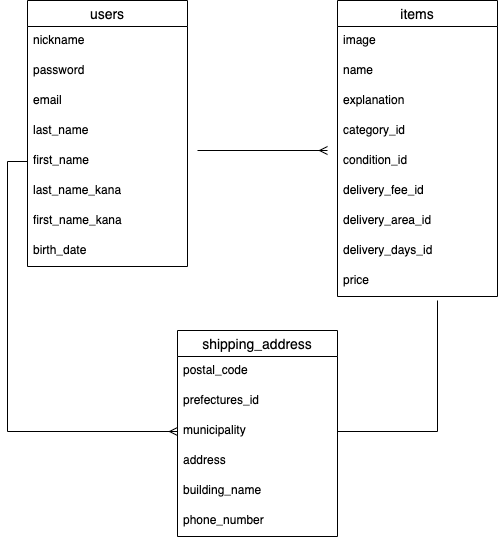
Before: furima.drawio.png, a diagram exported from draw.io (dk-frkw/furima-32100). Source tidied: cells renumbered, new cells last; positions are measured from the earlier drawing's top-left corner, leaving out a move shared by most shapes. The source it was exported from:
```xml
<mxGraphModel>
  <root>
    <mxCell id="0" />
    <mxCell id="1" parent="0" />
    <mxCell id="2" value="users" style="swimlane;fontStyle=0;horizontal=1;startSize=26;align=center;fontSize=14;rounded=0;sketch=0;" parent="1" vertex="1">
      <mxGeometry width="160" height="266" as="geometry" />
    </mxCell>
    <mxCell id="3" value="nickname " style="text;strokeColor=none;fillColor=none;spacingLeft=4;spacingRight=4;overflow=hidden;fontSize=12;" parent="2" vertex="1">
      <mxGeometry y="26" width="160" height="30" as="geometry" />
    </mxCell>
    <mxCell id="4" value="password" style="text;strokeColor=none;fillColor=none;spacingLeft=4;spacingRight=4;overflow=hidden;fontSize=12;" parent="2" vertex="1">
      <mxGeometry y="56" width="160" height="30" as="geometry" />
    </mxCell>
    <mxCell id="5" value="email" style="text;strokeColor=none;fillColor=none;spacingLeft=4;spacingRight=4;overflow=hidden;fontSize=12;" parent="2" vertex="1">
      <mxGeometry y="86" width="160" height="30" as="geometry" />
    </mxCell>
    <mxCell id="6" value="last_name" style="text;strokeColor=none;fillColor=none;spacingLeft=4;spacingRight=4;overflow=hidden;fontSize=12;" parent="2" vertex="1">
      <mxGeometry y="116" width="160" height="30" as="geometry" />
    </mxCell>
    <mxCell id="7" value="first_name" style="text;strokeColor=none;fillColor=none;spacingLeft=4;spacingRight=4;overflow=hidden;points=[[0,0.5],[1,0.5]];portConstraint=eastwest;fontSize=12;" parent="2" vertex="1">
      <mxGeometry y="146" width="160" height="30" as="geometry" />
    </mxCell>
    <mxCell id="8" value="last_name_kana" style="text;strokeColor=none;fillColor=none;spacingLeft=4;spacingRight=4;overflow=hidden;fontSize=12;" parent="2" vertex="1">
      <mxGeometry y="176" width="160" height="30" as="geometry" />
    </mxCell>
    <mxCell id="9" value="first_name_kana" style="text;strokeColor=none;fillColor=none;spacingLeft=4;spacingRight=4;overflow=hidden;points=[[0,0.5],[1,0.5]];portConstraint=eastwest;fontSize=12;" parent="2" vertex="1">
      <mxGeometry y="206" width="160" height="30" as="geometry" />
    </mxCell>
    <mxCell id="10" value="birth_date" style="text;strokeColor=none;fillColor=none;spacingLeft=4;spacingRight=4;overflow=hidden;fontSize=12;" parent="2" vertex="1">
      <mxGeometry y="236" width="160" height="30" as="geometry" />
    </mxCell>
    <mxCell id="11" value="items" style="swimlane;fontStyle=0;horizontal=1;startSize=26;align=center;fontSize=14;rounded=0;sketch=0;" parent="1" vertex="1">
      <mxGeometry x="310" width="160" height="296" as="geometry" />
    </mxCell>
    <mxCell id="12" value="image" style="text;strokeColor=none;fillColor=none;spacingLeft=4;spacingRight=4;overflow=hidden;fontSize=12;" parent="11" vertex="1">
      <mxGeometry y="26" width="160" height="30" as="geometry" />
    </mxCell>
    <mxCell id="13" value="name" style="text;strokeColor=none;fillColor=none;spacingLeft=4;spacingRight=4;overflow=hidden;fontSize=12;" parent="11" vertex="1">
      <mxGeometry y="56" width="160" height="30" as="geometry" />
    </mxCell>
    <mxCell id="14" value="explanation" style="text;strokeColor=none;fillColor=none;spacingLeft=4;spacingRight=4;overflow=hidden;fontSize=12;" parent="11" vertex="1">
      <mxGeometry y="86" width="160" height="30" as="geometry" />
    </mxCell>
    <mxCell id="15" value="category_id" style="text;strokeColor=none;fillColor=none;spacingLeft=4;spacingRight=4;overflow=hidden;fontSize=12;" parent="11" vertex="1">
      <mxGeometry y="116" width="160" height="30" as="geometry" />
    </mxCell>
    <mxCell id="16" value="condition_id" style="text;strokeColor=none;fillColor=none;spacingLeft=4;spacingRight=4;overflow=hidden;fontSize=12;" parent="11" vertex="1">
      <mxGeometry y="146" width="160" height="30" as="geometry" />
    </mxCell>
    <mxCell id="17" value="delivery_fee_id" style="text;strokeColor=none;fillColor=none;spacingLeft=4;spacingRight=4;overflow=hidden;points=[[0,0.5],[1,0.5]];portConstraint=eastwest;fontSize=12;" parent="11" vertex="1">
      <mxGeometry y="176" width="160" height="30" as="geometry" />
    </mxCell>
    <mxCell id="18" value="delivery_area_id" style="text;strokeColor=none;fillColor=none;spacingLeft=4;spacingRight=4;overflow=hidden;points=[[0,0.5],[1,0.5]];portConstraint=eastwest;fontSize=12;" parent="11" vertex="1">
      <mxGeometry y="206" width="160" height="30" as="geometry" />
    </mxCell>
    <mxCell id="19" value="delivery_days_id" style="text;strokeColor=none;fillColor=none;spacingLeft=4;spacingRight=4;overflow=hidden;fontSize=12;" parent="11" vertex="1">
      <mxGeometry y="236" width="160" height="30" as="geometry" />
    </mxCell>
    <mxCell id="20" value="price" style="text;strokeColor=none;fillColor=none;spacingLeft=4;spacingRight=4;overflow=hidden;fontSize=12;" parent="11" vertex="1">
      <mxGeometry y="266" width="160" height="30" as="geometry" />
    </mxCell>
    <mxCell id="21" style="edgeStyle=orthogonalEdgeStyle;curved=0;rounded=1;sketch=0;orthogonalLoop=1;jettySize=auto;html=1;endArrow=ERmany;endFill=0;" parent="1" edge="1">
      <mxGeometry relative="1" as="geometry">
        <mxPoint x="170" y="150" as="sourcePoint" />
        <mxPoint x="300" y="150" as="targetPoint" />
      </mxGeometry>
    </mxCell>
    <mxCell id="22" value="shipping_address" style="swimlane;fontStyle=0;horizontal=1;startSize=26;align=center;fontSize=14;rounded=0;sketch=0;" parent="1" vertex="1">
      <mxGeometry x="150" y="330" width="160" height="206" as="geometry" />
    </mxCell>
    <mxCell id="23" value="postal_code" style="text;strokeColor=none;fillColor=none;spacingLeft=4;spacingRight=4;overflow=hidden;fontSize=12;" parent="22" vertex="1">
      <mxGeometry y="26" width="160" height="30" as="geometry" />
    </mxCell>
    <mxCell id="24" value="prefectures_id" style="text;strokeColor=none;fillColor=none;spacingLeft=4;spacingRight=4;overflow=hidden;fontSize=12;" parent="22" vertex="1">
      <mxGeometry y="56" width="160" height="30" as="geometry" />
    </mxCell>
    <mxCell id="25" value="municipality" style="text;strokeColor=none;fillColor=none;spacingLeft=4;spacingRight=4;overflow=hidden;points=[[0,0.5],[1,0.5]];portConstraint=eastwest;fontSize=12;" parent="22" vertex="1">
      <mxGeometry y="86" width="160" height="30" as="geometry" />
    </mxCell>
    <mxCell id="26" value="address" style="text;strokeColor=none;fillColor=none;spacingLeft=4;spacingRight=4;overflow=hidden;fontSize=12;" parent="22" vertex="1">
      <mxGeometry y="116" width="160" height="30" as="geometry" />
    </mxCell>
    <mxCell id="27" value="building_name" style="text;strokeColor=none;fillColor=none;spacingLeft=4;spacingRight=4;overflow=hidden;fontSize=12;" parent="22" vertex="1">
      <mxGeometry y="146" width="160" height="30" as="geometry" />
    </mxCell>
    <mxCell id="28" value="phone_number" style="text;strokeColor=none;fillColor=none;spacingLeft=4;spacingRight=4;overflow=hidden;fontSize=12;" parent="22" vertex="1">
      <mxGeometry y="176" width="160" height="30" as="geometry" />
    </mxCell>
    <mxCell id="29" style="edgeStyle=orthogonalEdgeStyle;rounded=0;jettySize=auto;html=1;exitX=1;exitY=0.5;exitDx=0;exitDy=0;endArrow=none;endFill=0;" parent="1" edge="1" source="25">
      <mxGeometry relative="1" as="geometry">
        <mxPoint x="410" y="300" as="targetPoint" />
      </mxGeometry>
    </mxCell>
    <mxCell id="30" style="edgeStyle=orthogonalEdgeStyle;rounded=0;jettySize=auto;html=1;exitX=0;exitY=0.5;exitDx=0;exitDy=0;entryX=0;entryY=0.5;entryDx=0;entryDy=0;endArrow=ERmany;endFill=0;" parent="1" edge="1" source="7" target="25">
      <mxGeometry relative="1" as="geometry" />
    </mxCell>
  </root>
</mxGraphModel>
```
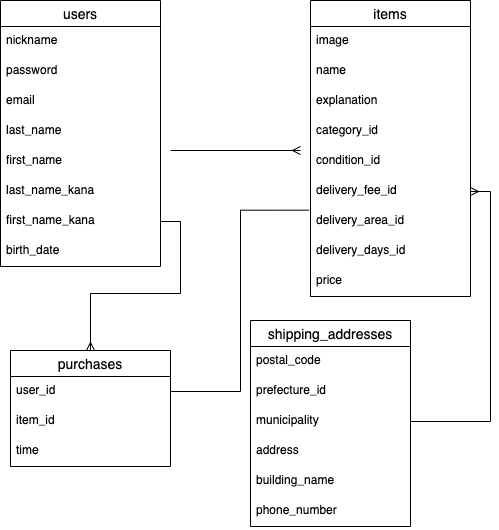
The same file after the commit.

Commit message:
ER図とデータベース設計（修正１）

Diff of the diagram source:
```diff
@@ -65,13 +65,13 @@
         <mxPoint x="300" y="150" as="targetPoint" />
       </mxGeometry>
     </mxCell>
-    <mxCell id="22" value="shipping_address" style="swimlane;fontStyle=0;horizontal=1;startSize=26;align=center;fontSize=14;rounded=0;sketch=0;" parent="1" vertex="1">
-      <mxGeometry x="150" y="330" width="160" height="206" as="geometry" />
+    <mxCell id="22" value="shipping_addresses" style="swimlane;fontStyle=0;horizontal=1;startSize=26;align=center;fontSize=14;rounded=0;sketch=0;" parent="1" vertex="1">
+      <mxGeometry x="250" y="320" width="160" height="206" as="geometry" />
     </mxCell>
     <mxCell id="23" value="postal_code" style="text;strokeColor=none;fillColor=none;spacingLeft=4;spacingRight=4;overflow=hidden;fontSize=12;" parent="22" vertex="1">
       <mxGeometry y="26" width="160" height="30" as="geometry" />
     </mxCell>
-    <mxCell id="24" value="prefectures_id" style="text;strokeColor=none;fillColor=none;spacingLeft=4;spacingRight=4;overflow=hidden;fontSize=12;" parent="22" vertex="1">
+    <mxCell id="24" value="prefecture_id" style="text;strokeColor=none;fillColor=none;spacingLeft=4;spacingRight=4;overflow=hidden;fontSize=12;" parent="22" vertex="1">
       <mxGeometry y="56" width="160" height="30" as="geometry" />
     </mxCell>
     <mxCell id="25" value="municipality" style="text;strokeColor=none;fillColor=none;spacingLeft=4;spacingRight=4;overflow=hidden;points=[[0,0.5],[1,0.5]];portConstraint=eastwest;fontSize=12;" parent="22" vertex="1">
@@ -86,13 +86,26 @@
     <mxCell id="28" value="phone_number" style="text;strokeColor=none;fillColor=none;spacingLeft=4;spacingRight=4;overflow=hidden;fontSize=12;" parent="22" vertex="1">
       <mxGeometry y="176" width="160" height="30" as="geometry" />
     </mxCell>
-    <mxCell id="29" style="edgeStyle=orthogonalEdgeStyle;rounded=0;jettySize=auto;html=1;exitX=1;exitY=0.5;exitDx=0;exitDy=0;endArrow=none;endFill=0;" parent="1" edge="1" source="25">
-      <mxGeometry relative="1" as="geometry">
-        <mxPoint x="410" y="300" as="targetPoint" />
-      </mxGeometry>
-    </mxCell>
-    <mxCell id="30" style="edgeStyle=orthogonalEdgeStyle;rounded=0;jettySize=auto;html=1;exitX=0;exitY=0.5;exitDx=0;exitDy=0;entryX=0;entryY=0.5;entryDx=0;entryDy=0;endArrow=ERmany;endFill=0;" parent="1" edge="1" source="7" target="25">
-      <mxGeometry relative="1" as="geometry" />
+    <mxCell id="30" value="purchases" style="swimlane;fontStyle=0;horizontal=1;startSize=26;align=center;fontSize=14;" parent="1" vertex="1">
+      <mxGeometry x="10" y="350" width="160" height="116" as="geometry" />
     </mxCell>
+    <mxCell id="31" value="user_id" style="text;strokeColor=none;fillColor=none;spacingLeft=4;spacingRight=4;overflow=hidden;points=[[0,0.5],[1,0.5]];portConstraint=eastwest;fontSize=12;" parent="30" vertex="1">
+      <mxGeometry y="26" width="160" height="30" as="geometry" />
+    </mxCell>
+    <mxCell id="32" value="item_id" style="text;strokeColor=none;fillColor=none;spacingLeft=4;spacingRight=4;overflow=hidden;fontSize=12;" parent="30" vertex="1">
+      <mxGeometry y="56" width="160" height="30" as="geometry" />
+    </mxCell>
+    <mxCell id="33" value="time" style="text;strokeColor=none;fillColor=none;spacingLeft=4;spacingRight=4;overflow=hidden;fontSize=12;" parent="30" vertex="1">
+      <mxGeometry y="86" width="160" height="30" as="geometry" />
+    </mxCell>
+    <mxCell id="34" style="edgeStyle=orthogonalEdgeStyle;rounded=0;jettySize=auto;html=1;exitX=1;exitY=0.5;exitDx=0;exitDy=0;entryX=1;entryY=0.5;entryDx=0;entryDy=0;endArrow=ERmany;endFill=0;" parent="1" edge="1" source="25" target="17">
+      <mxGeometry relative="1" as="geometry" />
+    </mxCell>
+    <mxCell id="35" style="edgeStyle=orthogonalEdgeStyle;rounded=0;jettySize=auto;html=1;exitX=1;exitY=0.5;exitDx=0;exitDy=0;entryX=-0.009;entryY=0.122;entryDx=0;entryDy=0;entryPerimeter=0;endArrow=none;endFill=0;" parent="1" edge="1" source="31" target="18">
+      <mxGeometry relative="1" as="geometry" />
+    </mxCell>
+    <mxCell id="36" style="edgeStyle=orthogonalEdgeStyle;rounded=0;jettySize=auto;html=1;exitX=1;exitY=0.5;exitDx=0;exitDy=0;entryX=0.5;entryY=0;entryDx=0;entryDy=0;endArrow=ERmany;endFill=0;" parent="1" edge="1" source="9" target="30">
+      <mxGeometry relative="1" as="geometry" />
+    </mxCell>
   </root>
 </mxGraphModel>
```
